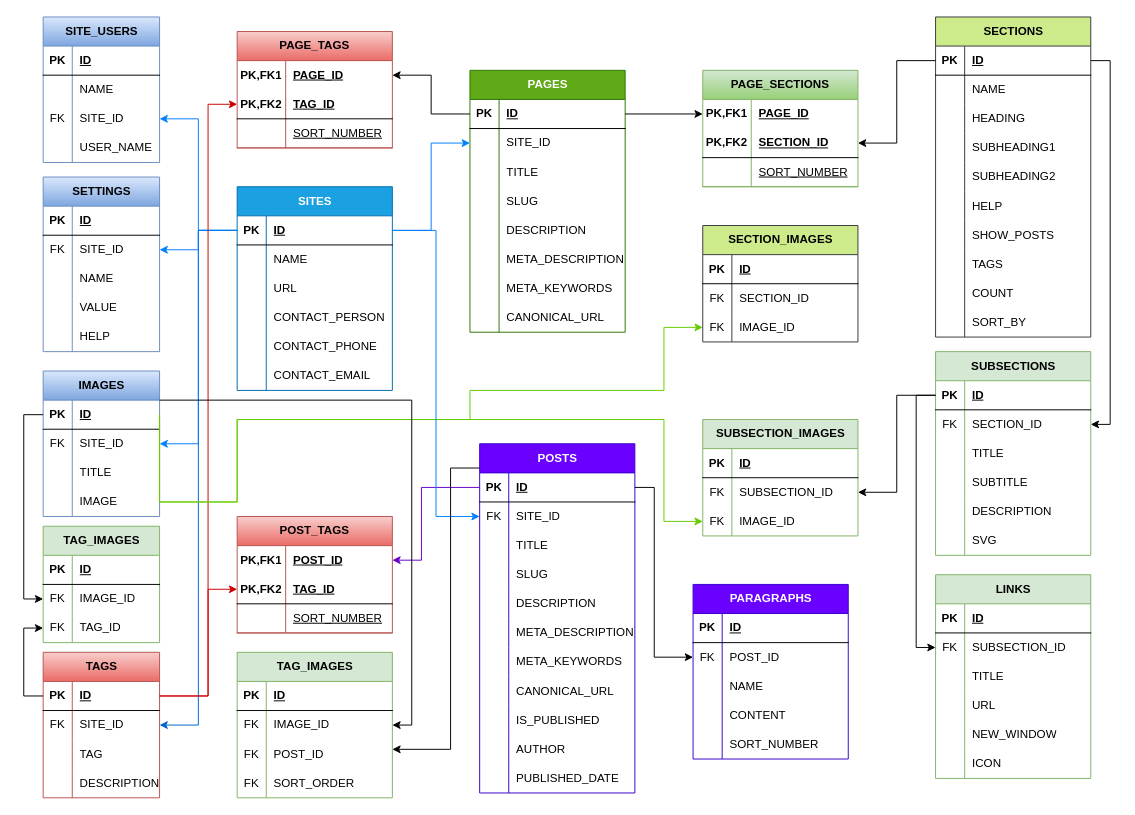
Before: ercms.drawio in sudguru/draw-io, a draw.io diagram. Source tidied: cells renumbered, new cells numbered last; positions are measured from the earlier drawing's top-left corner, leaving out a move shared by most shapes. Both pictures are drawn from the tidied source at 97%, with x=0, y=0 at pixel (43, 16).
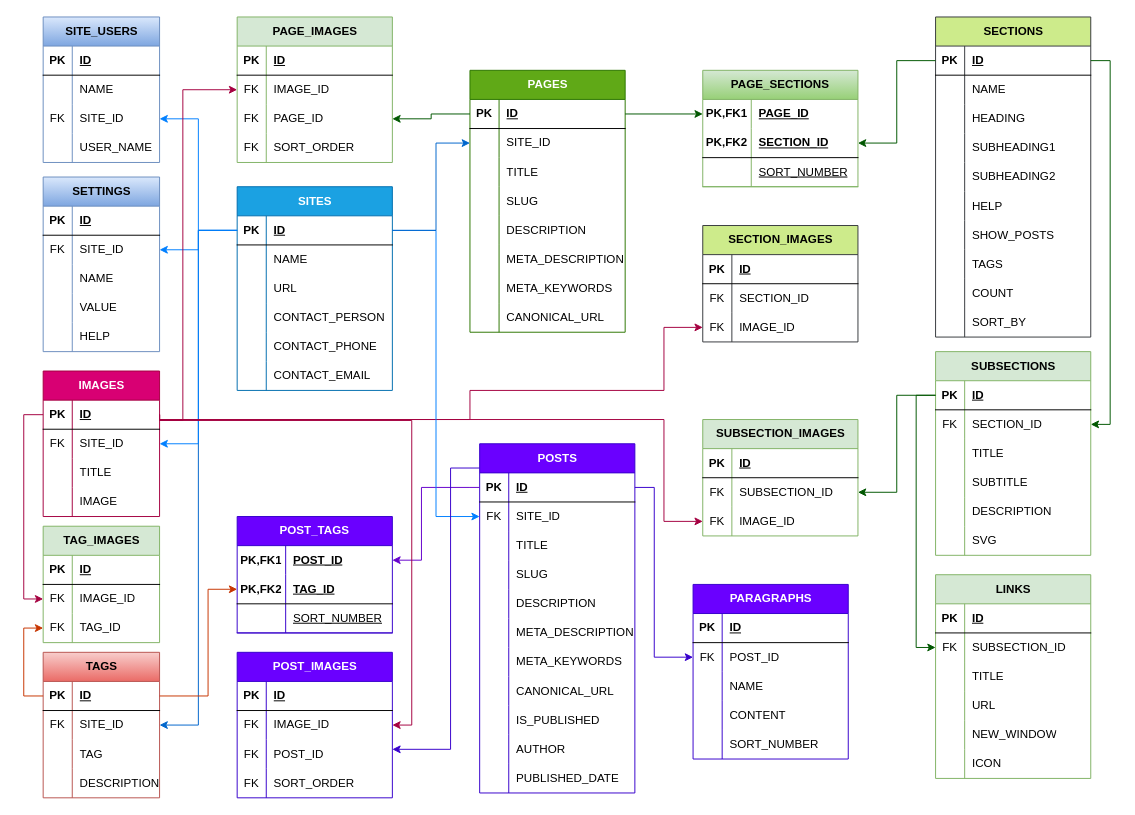
Above is the later version.

Unchanged cells that the change refers to:
```xml
<mxCell id="3" style="shape=tableRow;horizontal=0;startSize=0;swimlaneHead=0;swimlaneBody=0;fillColor=none;points=[[0,0.5],[1,0.5]];portConstraint=eastwest;top=0;left=0;right=0;bottom=1;" parent="2" vertex="1">
  <mxGeometry y="30" width="160" height="30" as="geometry" />
</mxCell>
<mxCell id="53" style="shape=tableRow;horizontal=0;startSize=0;swimlaneHead=0;swimlaneBody=0;fillColor=none;points=[[0,0.5],[1,0.5]];portConstraint=eastwest;top=0;left=0;right=0;bottom=1;" parent="52" vertex="1">
  <mxGeometry y="30" width="160" height="30" as="geometry" />
</mxCell>
<mxCell id="56" style="shape=tableRow;horizontal=0;startSize=0;swimlaneHead=0;swimlaneBody=0;fillColor=none;points=[[0,0.5],[1,0.5]];portConstraint=eastwest;top=0;left=0;right=0;bottom=0;" parent="52" vertex="1">
  <mxGeometry y="60" width="160" height="30" as="geometry" />
</mxCell>
<mxCell id="78" style="shape=tableRow;horizontal=0;startSize=0;swimlaneHead=0;swimlaneBody=0;fillColor=none;points=[[0,0.5],[1,0.5]];portConstraint=eastwest;top=0;left=0;right=0;bottom=1;" parent="77" vertex="1">
  <mxGeometry y="30" width="160" height="30" as="geometry" />
</mxCell>
<mxCell id="109" style="shape=tableRow;horizontal=0;startSize=0;swimlaneHead=0;swimlaneBody=0;fillColor=none;points=[[0,0.5],[1,0.5]];portConstraint=eastwest;top=0;left=0;right=0;bottom=1;" parent="108" vertex="1">
  <mxGeometry y="30" width="160" height="30" as="geometry" />
</mxCell>
<mxCell id="112" style="shape=tableRow;horizontal=0;startSize=0;swimlaneHead=0;swimlaneBody=0;fillColor=none;points=[[0,0.5],[1,0.5]];portConstraint=eastwest;top=0;left=0;right=0;bottom=0;" parent="108" vertex="1">
  <mxGeometry y="60" width="160" height="30" as="geometry" />
</mxCell>
<mxCell id="128" style="shape=tableRow;horizontal=0;startSize=0;swimlaneHead=0;swimlaneBody=0;fillColor=none;points=[[0,0.5],[1,0.5]];portConstraint=eastwest;top=0;left=0;right=0;bottom=0;html=1;" parent="127" vertex="1">
  <mxGeometry y="30" width="160" height="30" as="geometry" />
</mxCell>
<mxCell id="131" style="shape=tableRow;horizontal=0;startSize=0;swimlaneHead=0;swimlaneBody=0;fillColor=none;points=[[0,0.5],[1,0.5]];portConstraint=eastwest;top=0;left=0;right=0;bottom=1;html=1;" parent="127" vertex="1">
  <mxGeometry y="60" width="160" height="30" as="geometry" />
</mxCell>
<mxCell id="140" style="shape=tableRow;horizontal=0;startSize=0;swimlaneHead=0;swimlaneBody=0;fillColor=none;points=[[0,0.5],[1,0.5]];portConstraint=eastwest;top=0;left=0;right=0;bottom=1;" parent="139" vertex="1">
  <mxGeometry y="30" width="160" height="30" as="geometry" />
</mxCell>
<mxCell id="177" style="shape=tableRow;horizontal=0;startSize=0;swimlaneHead=0;swimlaneBody=0;fillColor=none;points=[[0,0.5],[1,0.5]];portConstraint=eastwest;top=0;left=0;right=0;bottom=0;" parent="173" vertex="1">
  <mxGeometry y="60" width="160" height="30" as="geometry" />
</mxCell>
<mxCell id="193" style="shape=tableRow;horizontal=0;startSize=0;swimlaneHead=0;swimlaneBody=0;fillColor=none;points=[[0,0.5],[1,0.5]];portConstraint=eastwest;top=0;left=0;right=0;bottom=1;" parent="192" vertex="1">
  <mxGeometry y="30" width="120" height="30" as="geometry" />
</mxCell>
<mxCell id="207" style="shape=tableRow;horizontal=0;startSize=0;swimlaneHead=0;swimlaneBody=0;fillColor=none;points=[[0,0.5],[1,0.5]];portConstraint=eastwest;top=0;left=0;right=0;bottom=1;" parent="206" vertex="1">
  <mxGeometry y="30" width="120" height="30" as="geometry" />
</mxCell>
<mxCell id="224" style="shape=tableRow;horizontal=0;startSize=0;swimlaneHead=0;swimlaneBody=0;fillColor=none;points=[[0,0.5],[1,0.5]];portConstraint=eastwest;top=0;left=0;right=0;bottom=1;html=1;" parent="220" vertex="1">
  <mxGeometry y="60" width="160" height="30" as="geometry" />
</mxCell>
<mxCell id="254" style="shape=tableRow;horizontal=0;startSize=0;swimlaneHead=0;swimlaneBody=0;fillColor=none;points=[[0,0.5],[1,0.5]];portConstraint=eastwest;top=0;left=0;right=0;bottom=0;" parent="247" vertex="1">
  <mxGeometry y="90" width="160" height="30" as="geometry" />
</mxCell>
<mxCell id="262" style="shape=tableRow;horizontal=0;startSize=0;swimlaneHead=0;swimlaneBody=0;fillColor=none;points=[[0,0.5],[1,0.5]];portConstraint=eastwest;top=0;left=0;right=0;bottom=0;" parent="258" vertex="1">
  <mxGeometry y="60" width="160" height="30" as="geometry" />
</mxCell>
<mxCell id="265" style="shape=tableRow;horizontal=0;startSize=0;swimlaneHead=0;swimlaneBody=0;fillColor=none;points=[[0,0.5],[1,0.5]];portConstraint=eastwest;top=0;left=0;right=0;bottom=0;" parent="258" vertex="1">
  <mxGeometry y="90" width="160" height="30" as="geometry" />
</mxCell>
<mxCell id="275" style="shape=tableRow;horizontal=0;startSize=0;swimlaneHead=0;swimlaneBody=0;fillColor=none;points=[[0,0.5],[1,0.5]];portConstraint=eastwest;top=0;left=0;right=0;bottom=0;" parent="271" vertex="1">
  <mxGeometry y="60" width="120" height="30" as="geometry" />
</mxCell>
<mxCell id="278" style="shape=tableRow;horizontal=0;startSize=0;swimlaneHead=0;swimlaneBody=0;fillColor=none;points=[[0,0.5],[1,0.5]];portConstraint=eastwest;top=0;left=0;right=0;bottom=0;" parent="271" vertex="1">
  <mxGeometry y="90" width="120" height="30" as="geometry" />
</mxCell>
<mxCell id="287" style="shape=tableRow;horizontal=0;startSize=0;swimlaneHead=0;swimlaneBody=0;fillColor=none;points=[[0,0.5],[1,0.5]];portConstraint=eastwest;top=0;left=0;right=0;bottom=0;" parent="283" vertex="1">
  <mxGeometry y="60" width="160" height="30" as="geometry" />
</mxCell>
<mxCell id="304" style="shape=tableRow;horizontal=0;startSize=0;swimlaneHead=0;swimlaneBody=0;fillColor=none;points=[[0,0.5],[1,0.5]];portConstraint=eastwest;top=0;left=0;right=0;bottom=0;" parent="300" vertex="1">
  <mxGeometry y="60" width="160" height="30" as="geometry" />
</mxCell>
```

What changed in the source:
```diff
@@
-    <mxCell id="137" style="edgeStyle=orthogonalEdgeStyle;rounded=0;jettySize=auto;html=1;exitX=0;exitY=0.5;exitDx=0;exitDy=0;entryX=1;entryY=0.5;entryDx=0;entryDy=0;" parent="1" edge="1" source="78" target="131">
+    <mxCell id="137" style="edgeStyle=orthogonalEdgeStyle;rounded=0;jettySize=auto;html=1;exitX=0;exitY=0.5;exitDx=0;exitDy=0;entryX=1;entryY=0.5;entryDx=0;entryDy=0;fillColor=#008a00;strokeColor=#005700;" parent="1" edge="1" source="78" target="131">
       <mxGeometry relative="1" as="geometry" />
     </mxCell>
-    <mxCell id="138" style="edgeStyle=orthogonalEdgeStyle;rounded=0;jettySize=auto;html=1;exitX=1;exitY=0.5;exitDx=0;exitDy=0;" parent="1" edge="1" source="53" target="128">
+    <mxCell id="138" style="edgeStyle=orthogonalEdgeStyle;rounded=0;jettySize=auto;html=1;exitX=1;exitY=0.5;exitDx=0;exitDy=0;fillColor=#008a00;strokeColor=#005700;" parent="1" edge="1" source="53" target="128">
       <mxGeometry relative="1" as="geometry" />
     </mxCell>
@@
-    <mxCell id="206" value="IMAGES" style="shape=table;startSize=30;childLayout=tableLayout;rowLines=0;fontStyle=1;align=center;html=1;fillColor=#dae8fc;gradientColor=#7ea6e0;strokeColor=#6c8ebf;" parent="1" vertex="1">
+    <mxCell id="206" value="IMAGES" style="shape=table;startSize=30;childLayout=tableLayout;rowLines=0;fontStyle=1;align=center;html=1;fillColor=#d80073;strokeColor=#A50040;fontColor=#ffffff;" parent="1" vertex="1">
       <mxGeometry y="365" width="120" height="150" as="geometry" />
     </mxCell>
@@
-    <mxCell id="220" value="POST_TAGS" style="shape=table;startSize=30;childLayout=tableLayout;rowLines=0;fontStyle=1;align=center;html=1;whiteSpace=wrap;fillColor=#f8cecc;gradientColor=#ea6b66;strokeColor=#b85450;" parent="1" vertex="1">
+    <mxCell id="220" value="POST_TAGS" style="shape=table;startSize=30;childLayout=tableLayout;rowLines=0;fontStyle=1;align=center;html=1;whiteSpace=wrap;fillColor=#6a00ff;strokeColor=#3700CC;fontColor=#ffffff;" parent="1" vertex="1">
       <mxGeometry x="200" y="515" width="160" height="120" as="geometry" />
     </mxCell>
@@
-    <mxCell id="231" value="PAGE_TAGS" style="shape=table;startSize=30;childLayout=tableLayout;rowLines=0;fontStyle=1;align=center;html=1;whiteSpace=wrap;fillColor=#f8cecc;gradientColor=#ea6b66;strokeColor=#b85450;" parent="1" vertex="1">
-      <mxGeometry x="200" y="15" width="160" height="120" as="geometry" />
-    </mxCell>
-    <mxCell id="232" style="shape=tableRow;horizontal=0;startSize=0;swimlaneHead=0;swimlaneBody=0;fillColor=none;points=[[0,0.5],[1,0.5]];portConstraint=eastwest;top=0;left=0;right=0;bottom=0;html=1;" parent="231" vertex="1">
-      <mxGeometry y="30" width="160" height="30" as="geometry" />
-    </mxCell>
-    <mxCell id="233" value="PK,FK1" style="shape=partialRectangle;fillColor=none;top=0;left=0;bottom=0;right=0;fontStyle=1;overflow=hidden;html=1;whiteSpace=wrap;" parent="232" vertex="1">
-      <mxGeometry width="50" height="30" as="geometry" />
-    </mxCell>
-    <mxCell id="234" value="PAGE_ID" style="shape=partialRectangle;fillColor=none;top=0;left=0;bottom=0;right=0;align=left;spacingLeft=6;fontStyle=5;overflow=hidden;html=1;whiteSpace=wrap;" parent="232" vertex="1">
-      <mxGeometry x="50" width="110" height="30" as="geometry" />
-    </mxCell>
-    <mxCell id="235" style="shape=tableRow;horizontal=0;startSize=0;swimlaneHead=0;swimlaneBody=0;fillColor=none;points=[[0,0.5],[1,0.5]];portConstraint=eastwest;top=0;left=0;right=0;bottom=1;html=1;" parent="231" vertex="1">
-      <mxGeometry y="60" width="160" height="30" as="geometry" />
-    </mxCell>
-    <mxCell id="236" value="PK,FK2" style="shape=partialRectangle;fillColor=none;top=0;left=0;bottom=0;right=0;fontStyle=1;overflow=hidden;html=1;whiteSpace=wrap;" parent="235" vertex="1">
-      <mxGeometry width="50" height="30" as="geometry" />
-    </mxCell>
-    <mxCell id="237" value="TAG_ID" style="shape=partialRectangle;fillColor=none;top=0;left=0;bottom=0;right=0;align=left;spacingLeft=6;fontStyle=5;overflow=hidden;html=1;whiteSpace=wrap;" parent="235" vertex="1">
-      <mxGeometry x="50" width="110" height="30" as="geometry" />
-    </mxCell>
-    <mxCell id="238" style="shape=tableRow;horizontal=0;startSize=0;swimlaneHead=0;swimlaneBody=0;fillColor=none;top=0;left=0;right=0;bottom=1;html=1;strokeColor=inherit;" parent="231" vertex="1">
-      <mxGeometry y="90" width="160" height="30" as="geometry" />
-    </mxCell>
-    <mxCell id="239" style="shape=partialRectangle;fillColor=none;top=0;left=0;bottom=0;right=0;fontStyle=1;overflow=hidden;html=1;whiteSpace=wrap;" parent="238" vertex="1">
-      <mxGeometry width="50" height="30" as="geometry" />
-    </mxCell>
-    <mxCell id="240" value="&lt;span style=&quot;font-weight: normal;&quot;&gt;SORT_NUMBER&lt;/span&gt;" style="shape=partialRectangle;fillColor=none;top=0;left=0;bottom=0;right=0;align=left;spacingLeft=6;fontStyle=5;overflow=hidden;html=1;whiteSpace=wrap;" parent="238" vertex="1">
-      <mxGeometry x="50" width="110" height="30" as="geometry" />
-    </mxCell>
-    <mxCell id="241" style="edgeStyle=orthogonalEdgeStyle;rounded=0;jettySize=auto;html=1;exitX=0;exitY=0.5;exitDx=0;exitDy=0;" parent="1" edge="1" source="53" target="232">
-      <mxGeometry relative="1" as="geometry" />
-    </mxCell>
-    <mxCell id="242" style="edgeStyle=orthogonalEdgeStyle;rounded=0;jettySize=auto;html=1;exitX=1;exitY=0.5;exitDx=0;exitDy=0;entryX=0;entryY=0.5;entryDx=0;entryDy=0;strokeColor=#CC0000;" parent="1" edge="1" source="193" target="235">
-      <mxGeometry relative="1" as="geometry">
-        <Array as="points">
-          <mxPoint x="170" y="700" />
-          <mxPoint x="170" y="90" />
-        </Array>
-      </mxGeometry>
-    </mxCell>
-    <mxCell id="243" style="edgeStyle=orthogonalEdgeStyle;rounded=0;jettySize=auto;html=1;exitX=1;exitY=0.5;exitDx=0;exitDy=0;entryX=0;entryY=0.5;entryDx=0;entryDy=0;strokeColor=#CC0000;" parent="1" edge="1" source="193" target="224">
+    <mxCell id="243" style="edgeStyle=orthogonalEdgeStyle;rounded=0;jettySize=auto;html=1;exitX=1;exitY=0.5;exitDx=0;exitDy=0;entryX=0;entryY=0.5;entryDx=0;entryDy=0;strokeColor=#C73500;fillColor=#fa6800;" parent="1" edge="1" source="193" target="224">
       <mxGeometry relative="1" as="geometry">
         <Array as="points">
           <mxPoint x="170" y="700" />
           <mxPoint x="170" y="590" />
         </Array>
       </mxGeometry>
     </mxCell>
-    <mxCell id="244" style="edgeStyle=orthogonalEdgeStyle;rounded=0;jettySize=auto;html=1;exitX=1;exitY=0.5;exitDx=0;exitDy=0;strokeColor=#007FFF;" parent="1" edge="1" source="3" target="56">
-      <mxGeometry relative="1" as="geometry" />
-    </mxCell>
-    <mxCell id="245" style="edgeStyle=orthogonalEdgeStyle;rounded=0;jettySize=auto;html=1;exitX=1;exitY=0.5;exitDx=0;exitDy=0;entryX=1;entryY=0.5;entryDx=0;entryDy=0;" parent="1" edge="1" source="78" target="112">
+    <mxCell id="245" style="edgeStyle=orthogonalEdgeStyle;rounded=0;jettySize=auto;html=1;exitX=1;exitY=0.5;exitDx=0;exitDy=0;entryX=1;entryY=0.5;entryDx=0;entryDy=0;fillColor=#008a00;strokeColor=#005700;" parent="1" edge="1" source="78" target="112">
       <mxGeometry relative="1" as="geometry" />
     </mxCell>
-    <mxCell id="246" style="edgeStyle=orthogonalEdgeStyle;rounded=0;jettySize=auto;html=1;exitX=0;exitY=0.5;exitDx=0;exitDy=0;entryX=0;entryY=0.5;entryDx=0;entryDy=0;" parent="1" edge="1" source="109" target="177">
+    <mxCell id="246" style="edgeStyle=orthogonalEdgeStyle;rounded=0;jettySize=auto;html=1;exitX=0;exitY=0.5;exitDx=0;exitDy=0;entryX=0;entryY=0.5;entryDx=0;entryDy=0;fillColor=#008a00;strokeColor=#005700;" parent="1" edge="1" source="109" target="177">
       <mxGeometry relative="1" as="geometry" />
     </mxCell>
@@
-    <mxCell id="257" style="edgeStyle=orthogonalEdgeStyle;rounded=0;jettySize=auto;html=1;exitX=1;exitY=0.5;exitDx=0;exitDy=0;entryX=0;entryY=0.5;entryDx=0;entryDy=0;fillColor=#cdeb8b;strokeColor=#66CC00;" parent="1" edge="1" source="207" target="254">
+    <mxCell id="257" style="edgeStyle=orthogonalEdgeStyle;rounded=0;jettySize=auto;html=1;exitX=1;exitY=0.5;exitDx=0;exitDy=0;entryX=0;entryY=0.5;entryDx=0;entryDy=0;fillColor=#d80073;strokeColor=#A50040;" parent="1" edge="1" source="207" target="254">
       <mxGeometry relative="1" as="geometry">
         <Array as="points">
-          <mxPoint x="200" y="500" />
-          <mxPoint x="200" y="415" />
+          <mxPoint x="120" y="415" />
           <mxPoint x="440" y="415" />
           <mxPoint x="440" y="385" />
           <mxPoint x="640" y="385" />
           <mxPoint x="640" y="320" />
         </Array>
       </mxGeometry>
     </mxCell>
@@
-    <mxCell id="268" style="edgeStyle=orthogonalEdgeStyle;rounded=0;jettySize=auto;html=1;exitX=1;exitY=0.5;exitDx=0;exitDy=0;entryX=0;entryY=0.5;entryDx=0;entryDy=0;fillColor=#d5e8d4;strokeColor=#66CC00;" parent="1" edge="1" source="207" target="265">
+    <mxCell id="268" style="edgeStyle=orthogonalEdgeStyle;rounded=0;jettySize=auto;html=1;exitX=1;exitY=0.5;exitDx=0;exitDy=0;entryX=0;entryY=0.5;entryDx=0;entryDy=0;fillColor=#d80073;strokeColor=#A50040;" parent="1" edge="1" source="207" target="265">
       <mxGeometry relative="1" as="geometry">
         <Array as="points">
-          <mxPoint x="200" y="500" />
-          <mxPoint x="200" y="415" />
+          <mxPoint x="120" y="415" />
           <mxPoint x="640" y="415" />
           <mxPoint x="640" y="520" />
         </Array>
       </mxGeometry>
     </mxCell>
@@
-    <mxCell id="270" style="edgeStyle=orthogonalEdgeStyle;rounded=0;jettySize=auto;html=1;exitX=0;exitY=0.5;exitDx=0;exitDy=0;entryX=1;entryY=0.5;entryDx=0;entryDy=0;" parent="1" edge="1" source="109" target="262">
+    <mxCell id="270" style="edgeStyle=orthogonalEdgeStyle;rounded=0;jettySize=auto;html=1;exitX=0;exitY=0.5;exitDx=0;exitDy=0;entryX=1;entryY=0.5;entryDx=0;entryDy=0;fillColor=#008a00;strokeColor=#005700;" parent="1" edge="1" source="109" target="262">
       <mxGeometry relative="1" as="geometry" />
     </mxCell>
@@
-    <mxCell id="281" style="edgeStyle=orthogonalEdgeStyle;rounded=0;jettySize=auto;html=1;exitX=0;exitY=0.5;exitDx=0;exitDy=0;entryX=0;entryY=0.5;entryDx=0;entryDy=0;" parent="1" edge="1" source="193" target="278">
+    <mxCell id="281" style="edgeStyle=orthogonalEdgeStyle;rounded=0;jettySize=auto;html=1;exitX=0;exitY=0.5;exitDx=0;exitDy=0;entryX=0;entryY=0.5;entryDx=0;entryDy=0;fillColor=#fa6800;strokeColor=#C73500;" parent="1" edge="1" source="193" target="278">
       <mxGeometry relative="1" as="geometry" />
     </mxCell>
-    <mxCell id="282" style="edgeStyle=orthogonalEdgeStyle;rounded=0;jettySize=auto;html=1;exitX=0;exitY=0.5;exitDx=0;exitDy=0;entryX=0;entryY=0.5;entryDx=0;entryDy=0;" parent="1" edge="1" source="207" target="275">
+    <mxCell id="282" style="edgeStyle=orthogonalEdgeStyle;rounded=0;jettySize=auto;html=1;exitX=0;exitY=0.5;exitDx=0;exitDy=0;entryX=0;entryY=0.5;entryDx=0;entryDy=0;fillColor=#d80073;strokeColor=#A50040;" parent="1" edge="1" source="207" target="275">
       <mxGeometry relative="1" as="geometry" />
     </mxCell>
@@
-    <mxCell id="299" style="edgeStyle=orthogonalEdgeStyle;rounded=0;jettySize=auto;html=1;exitX=1;exitY=0.5;exitDx=0;exitDy=0;entryX=0;entryY=0.5;entryDx=0;entryDy=0;" parent="1" edge="1" source="140" target="287">
+    <mxCell id="299" style="edgeStyle=orthogonalEdgeStyle;rounded=0;jettySize=auto;html=1;exitX=1;exitY=0.5;exitDx=0;exitDy=0;entryX=0;entryY=0.5;entryDx=0;entryDy=0;fillColor=#6a00ff;strokeColor=#3700CC;" parent="1" edge="1" source="140" target="287">
       <mxGeometry relative="1" as="geometry">
         <Array as="points">
           <mxPoint x="630" y="485" />
           <mxPoint x="630" y="660" />
         </Array>
       </mxGeometry>
     </mxCell>
-    <mxCell id="300" value="&lt;span style=&quot;background-color: initial;&quot;&gt;TAG_IMAGES&lt;/span&gt;" style="shape=table;startSize=30;childLayout=tableLayout;rowLines=0;fontStyle=1;align=center;html=1;fillColor=#d5e8d4;strokeColor=#82b366;" parent="1" vertex="1">
+    <mxCell id="300" value="&lt;span style=&quot;background-color: initial;&quot;&gt;POST_IMAGES&lt;/span&gt;" style="shape=table;startSize=30;childLayout=tableLayout;rowLines=0;fontStyle=1;align=center;html=1;fillColor=#6a00ff;strokeColor=#3700CC;fontColor=#ffffff;" parent="1" vertex="1">
       <mxGeometry x="200" y="655" width="160" height="150" as="geometry" />
     </mxCell>
@@
-    <mxCell id="313" style="edgeStyle=orthogonalEdgeStyle;rounded=0;orthogonalLoop=1;jettySize=auto;html=1;exitX=0;exitY=0.5;exitDx=0;exitDy=0;" parent="1" edge="1">
+    <mxCell id="313" style="edgeStyle=orthogonalEdgeStyle;rounded=0;orthogonalLoop=1;jettySize=auto;html=1;exitX=0;exitY=0.5;exitDx=0;exitDy=0;fillColor=#6a00ff;strokeColor=#3700CC;" parent="1" edge="1">
       <mxGeometry relative="1" as="geometry">
         <mxPoint x="450" y="465" as="sourcePoint" />
         <mxPoint x="360" y="755" as="targetPoint" />
         <Array as="points">
           <mxPoint x="420" y="465" />
           <mxPoint x="420" y="755" />
         </Array>
       </mxGeometry>
     </mxCell>
-    <mxCell id="314" style="edgeStyle=orthogonalEdgeStyle;rounded=0;orthogonalLoop=1;jettySize=auto;html=1;" parent="1" edge="1">
-      <mxGeometry relative="1" as="geometry">
-        <mxPoint x="120" y="395" as="sourcePoint" />
-        <mxPoint x="360" y="730" as="targetPoint" />
-        <Array as="points">
-          <mxPoint x="380" y="395" />
-          <mxPoint x="380" y="730" />
-          <mxPoint x="360" y="730" />
-        </Array>
-      </mxGeometry>
-    </mxCell>
+    <mxCell id="244" style="edgeStyle=orthogonalEdgeStyle;rounded=0;jettySize=auto;html=1;exitX=1;exitY=0.5;exitDx=0;exitDy=0;strokeColor=#0066CC;" parent="1" edge="1" source="3" target="56">
+      <mxGeometry relative="1" as="geometry">
+        <Array as="points">
+          <mxPoint x="405" y="220" />
+          <mxPoint x="405" y="130" />
+        </Array>
+      </mxGeometry>
+    </mxCell>
+    <mxCell id="315" style="edgeStyle=orthogonalEdgeStyle;rounded=0;jettySize=auto;html=1;exitX=1;exitY=0.5;exitDx=0;exitDy=0;entryX=1;entryY=0.5;entryDx=0;entryDy=0;fillColor=#d80073;strokeColor=#A50040;" parent="1" edge="1" source="207" target="304">
+      <mxGeometry relative="1" as="geometry">
+        <Array as="points">
+          <mxPoint x="120" y="416" />
+          <mxPoint x="380" y="416" />
+          <mxPoint x="380" y="730" />
+        </Array>
+      </mxGeometry>
+    </mxCell>
+    <mxCell id="316" value="&lt;span style=&quot;background-color: initial;&quot;&gt;PAGE_IMAGES&lt;/span&gt;" style="shape=table;startSize=30;childLayout=tableLayout;rowLines=0;fontStyle=1;align=center;html=1;fillColor=#d5e8d4;strokeColor=#82b366;" parent="1" vertex="1">
+      <mxGeometry x="200" width="160" height="150" as="geometry" />
+    </mxCell>
+    <mxCell id="317" style="shape=tableRow;horizontal=0;startSize=0;swimlaneHead=0;swimlaneBody=0;fillColor=none;top=0;left=0;right=0;bottom=1;" parent="316" vertex="1">
+      <mxGeometry y="30" width="160" height="30" as="geometry" />
+    </mxCell>
+    <mxCell id="318" value="PK" style="shape=partialRectangle;fillColor=none;top=0;left=0;bottom=0;right=0;fontStyle=1;overflow=hidden;whiteSpace=wrap;html=1;" parent="317" vertex="1">
+      <mxGeometry width="30" height="30" as="geometry" />
+    </mxCell>
+    <mxCell id="319" value="ID" style="shape=partialRectangle;fillColor=none;top=0;left=0;bottom=0;right=0;align=left;spacingLeft=6;fontStyle=5;overflow=hidden;whiteSpace=wrap;html=1;" parent="317" vertex="1">
+      <mxGeometry x="30" width="130" height="30" as="geometry" />
+    </mxCell>
+    <mxCell id="320" style="shape=tableRow;horizontal=0;startSize=0;swimlaneHead=0;swimlaneBody=0;fillColor=none;points=[[0,0.5],[1,0.5]];portConstraint=eastwest;top=0;left=0;right=0;bottom=0;" parent="316" vertex="1">
+      <mxGeometry y="60" width="160" height="30" as="geometry" />
+    </mxCell>
+    <mxCell id="321" value="FK" style="shape=partialRectangle;fillColor=none;top=0;left=0;bottom=0;right=0;overflow=hidden;whiteSpace=wrap;html=1;" parent="320" vertex="1">
+      <mxGeometry width="30" height="30" as="geometry" />
+    </mxCell>
+    <mxCell id="322" value="IMAGE_ID" style="shape=partialRectangle;fillColor=none;top=0;left=0;bottom=0;right=0;align=left;spacingLeft=6;overflow=hidden;whiteSpace=wrap;html=1;" parent="320" vertex="1">
+      <mxGeometry x="30" width="130" height="30" as="geometry" />
+    </mxCell>
+    <mxCell id="323" style="shape=tableRow;horizontal=0;startSize=0;swimlaneHead=0;swimlaneBody=0;fillColor=none;points=[[0,0.5],[1,0.5]];portConstraint=eastwest;top=0;left=0;right=0;bottom=0;" parent="316" vertex="1">
+      <mxGeometry y="90" width="160" height="30" as="geometry" />
+    </mxCell>
+    <mxCell id="324" value="FK" style="shape=partialRectangle;fillColor=none;top=0;left=0;bottom=0;right=0;overflow=hidden;whiteSpace=wrap;html=1;" parent="323" vertex="1">
+      <mxGeometry width="30" height="30" as="geometry" />
+    </mxCell>
+    <mxCell id="234" value="PAGE_ID" style="shape=partialRectangle;fillColor=none;top=0;left=0;bottom=0;right=0;align=left;spacingLeft=6;overflow=hidden;whiteSpace=wrap;html=1;" parent="323" vertex="1">
+      <mxGeometry x="30" width="130" height="30" as="geometry" />
+    </mxCell>
+    <mxCell id="325" style="shape=tableRow;horizontal=0;startSize=0;swimlaneHead=0;swimlaneBody=0;fillColor=none;top=0;left=0;right=0;bottom=0;" parent="316" vertex="1">
+      <mxGeometry y="120" width="160" height="30" as="geometry" />
+    </mxCell>
+    <mxCell id="326" value="FK" style="shape=partialRectangle;fillColor=none;top=0;left=0;bottom=0;right=0;overflow=hidden;whiteSpace=wrap;html=1;" parent="325" vertex="1">
+      <mxGeometry width="30" height="30" as="geometry" />
+    </mxCell>
+    <mxCell id="327" value="SORT_ORDER" style="shape=partialRectangle;fillColor=none;top=0;left=0;bottom=0;right=0;align=left;spacingLeft=6;overflow=hidden;whiteSpace=wrap;html=1;" parent="325" vertex="1">
+      <mxGeometry x="30" width="130" height="30" as="geometry" />
+    </mxCell>
+    <mxCell id="328" style="edgeStyle=orthogonalEdgeStyle;rounded=0;jettySize=auto;html=1;exitX=0;exitY=0.5;exitDx=0;exitDy=0;fillColor=#008a00;strokeColor=#005700;" parent="1" edge="1" source="53" target="323">
+      <mxGeometry relative="1" as="geometry" />
+    </mxCell>
+    <mxCell id="329" style="edgeStyle=orthogonalEdgeStyle;rounded=0;jettySize=auto;html=1;exitX=1;exitY=0.5;exitDx=0;exitDy=0;strokeColor=#A50040;fillColor=#d80073;" parent="1" edge="1" source="207" target="320">
+      <mxGeometry relative="1" as="geometry">
+        <Array as="points">
+          <mxPoint x="120" y="416" />
+          <mxPoint x="144" y="416" />
+          <mxPoint x="144" y="75" />
+        </Array>
+      </mxGeometry>
+    </mxCell>
```
